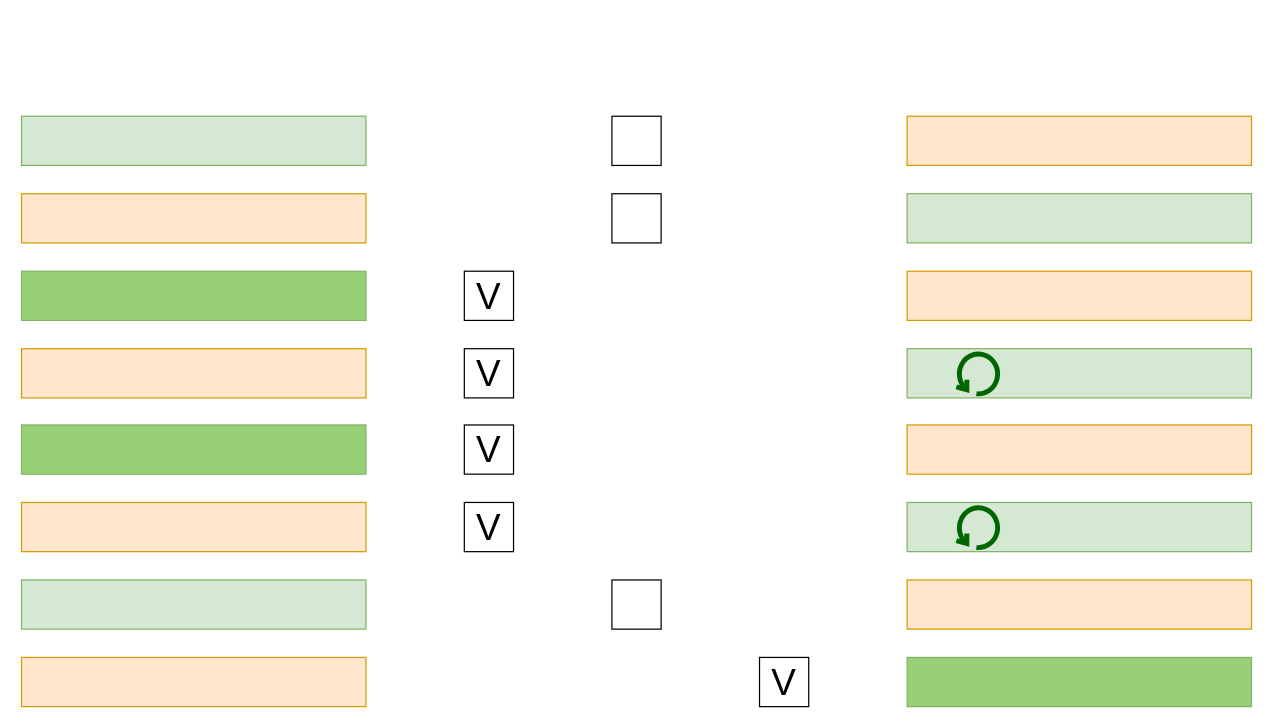
The draw.io diagram Untitled Diagram.drawio in 77maxikov/os_course, before the edit. Source tidied: cells renumbered, new cells numbered last; positions are measured from the earlier drawing's top-left corner, leaving out a move shared by most shapes. Both pictures are drawn from the tidied source at 123%, with x=0, y=0 at pixel (21, 116).
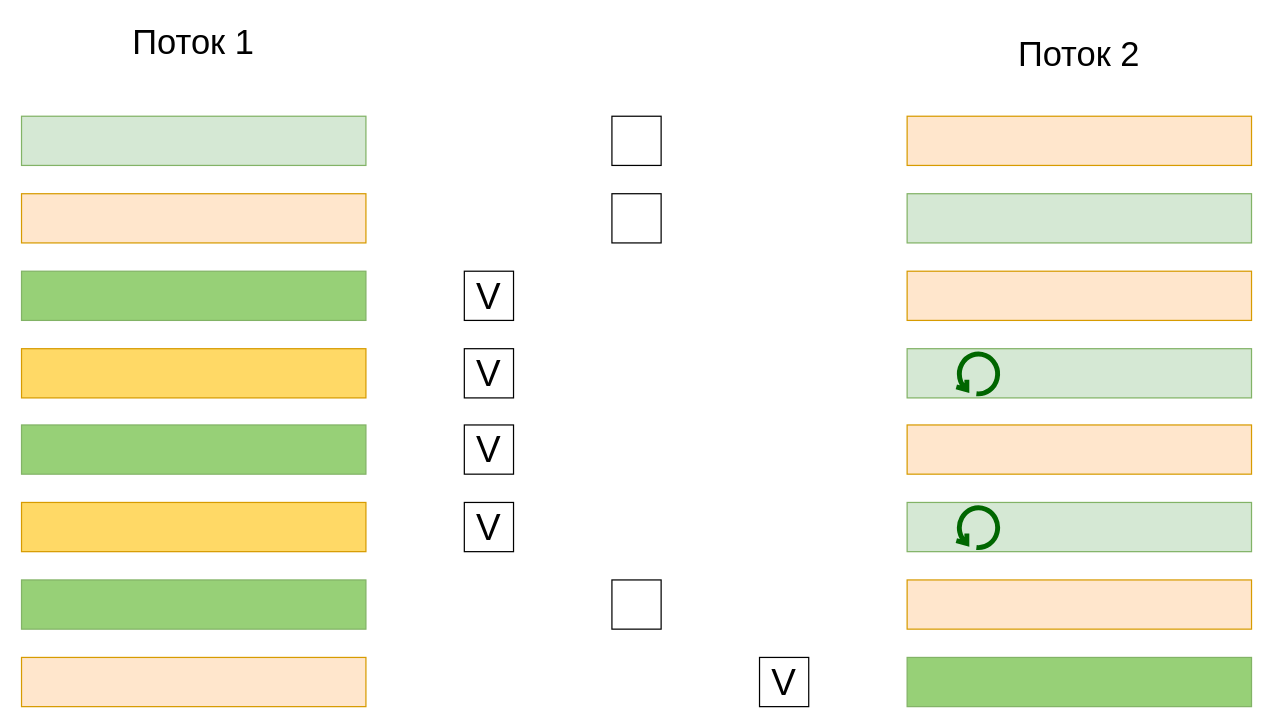
Above is the later version.

What changed in the source:
```diff
@@
-    <mxCell id="11" style="rounded=0;whiteSpace=wrap;html=1;fillColor=#ffe6cc;strokeColor=#d79b00;" parent="1" vertex="1">
+    <mxCell id="11" style="rounded=0;whiteSpace=wrap;html=1;strokeColor=#d79b00;fillColor=#FFD966;" parent="1" vertex="1">
       <mxGeometry y="189" width="280" height="40" as="geometry" />
     </mxCell>
@@
-    <mxCell id="16" style="rounded=0;whiteSpace=wrap;html=1;fillColor=#ffe6cc;strokeColor=#d79b00;" parent="1" vertex="1">
+    <mxCell id="16" style="rounded=0;whiteSpace=wrap;html=1;strokeColor=#d79b00;fillColor=#FFD966;" parent="1" vertex="1">
       <mxGeometry y="314" width="280" height="40" as="geometry" />
     </mxCell>
@@
-    <mxCell id="18" style="rounded=0;whiteSpace=wrap;html=1;fillColor=#d5e8d4;strokeColor=#82b366;" parent="1" vertex="1">
+    <mxCell id="18" style="rounded=0;whiteSpace=wrap;html=1;strokeColor=#82b366;fillColor=#97D077;" parent="1" vertex="1">
       <mxGeometry y="377" width="280" height="40" as="geometry" />
     </mxCell>
@@
+    <mxCell id="28" value="&lt;font style=&quot;font-size: 28px&quot;&gt;Поток 1&lt;/font&gt;" style="text;html=1;strokeColor=none;fillColor=none;align=center;verticalAlign=middle;whiteSpace=wrap;rounded=0;" parent="1" vertex="1">
+      <mxGeometry y="-70" width="280" height="20" as="geometry" />
+    </mxCell>
+    <mxCell id="29" value="&lt;font style=&quot;font-size: 28px&quot;&gt;Поток 2&lt;/font&gt;" style="text;html=1;strokeColor=none;fillColor=none;align=center;verticalAlign=middle;whiteSpace=wrap;rounded=0;" parent="1" vertex="1">
+      <mxGeometry x="720" y="-60" width="280" height="20" as="geometry" />
+    </mxCell>
```
